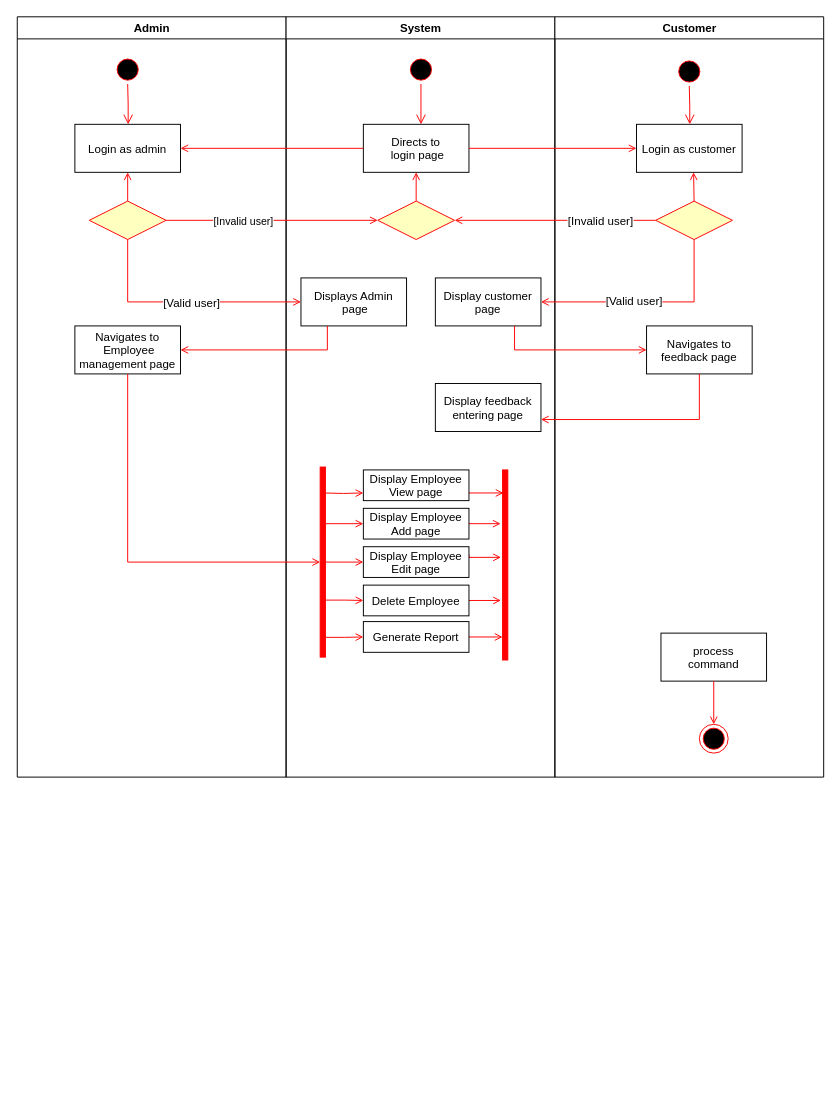
Earlier version of the draw.io diagram Activity.drawio (ChamudiRW/first). Source tidied: cells renumbered, new cells numbered last; positions are measured from the earlier drawing's top-left corner, leaving out a move shared by most shapes. Both pictures are drawn from the tidied source at 96%, with x=0, y=0 at pixel (16, 16).
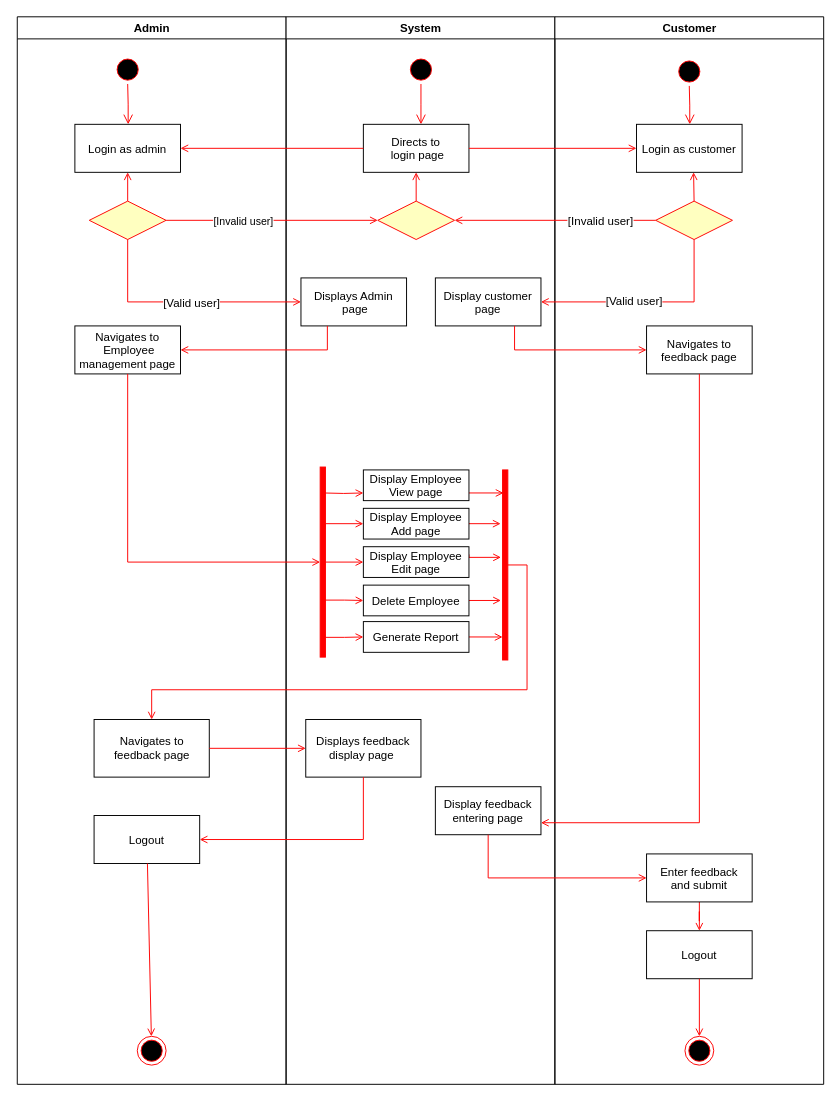
The same diagram, later.

Unchanged cells that the change refers to:
```xml
<mxCell id="30" style="whiteSpace=wrap;strokeColor=#FF0000;fillColor=#FF0000;" parent="9" vertex="1">
  <mxGeometry x="225.5" y="472" width="5.5" height="198" as="geometry" />
</mxCell>
<mxCell id="44" value="Navigates to &#10;feedback page" parent="35" vertex="1">
  <mxGeometry x="95.5" y="322" width="110" height="50" as="geometry" />
</mxCell>
```

Change to the diagram source:
```diff
@@
     <mxCell id="2" value="Admin" style="swimlane;whiteSpace=wrap;" parent="1" vertex="1">
-      <mxGeometry x="0.5" width="280" height="792" as="geometry" />
+      <mxGeometry x="0.5" width="280" height="1112" as="geometry" />
     </mxCell>
@@
+    <mxCell id="59" value="Logout" parent="2" vertex="1">
+      <mxGeometry x="80" y="832" width="110" height="50" as="geometry" />
+    </mxCell>
+    <mxCell id="60" style="ellipse;shape=endState;fillColor=#000000;strokeColor=#ff0000;" parent="2" vertex="1">
+      <mxGeometry x="125" y="1062" width="30" height="30" as="geometry" />
+    </mxCell>
+    <mxCell id="61" style="endArrow=open;strokeColor=#FF0000;endFill=1;rounded=0;" parent="2" edge="1" source="59" target="60">
+      <mxGeometry relative="1" as="geometry" />
+    </mxCell>
+    <mxCell id="62" value="Navigates to feedback page" style="rounded=0;whiteSpace=wrap;html=1;fontSize=12;" parent="2" vertex="1">
+      <mxGeometry x="80" y="732" width="120" height="60" as="geometry" />
+    </mxCell>
     <mxCell id="9" value="System" style="swimlane;whiteSpace=wrap;" parent="1" vertex="1">
-      <mxGeometry x="280.5" width="280" height="792" as="geometry" />
+      <mxGeometry x="280.5" width="280" height="1112" as="geometry" />
     </mxCell>
@@
     <mxCell id="18" value="Display feedback&#10;entering page" parent="9" vertex="1">
-      <mxGeometry x="155.5" y="382" width="110" height="50" as="geometry" />
+      <mxGeometry x="155.5" y="802" width="110" height="50" as="geometry" />
     </mxCell>
@@
+    <mxCell id="63" value="Displays feedback&lt;br&gt;display page&amp;nbsp;" style="rounded=0;whiteSpace=wrap;html=1;fontSize=12;" parent="9" vertex="1">
+      <mxGeometry x="20.5" y="732" width="120" height="60" as="geometry" />
+    </mxCell>
     <mxCell id="35" value="Customer" style="swimlane;whiteSpace=wrap;" parent="1" vertex="1">
-      <mxGeometry x="560.5" width="280" height="792" as="geometry" />
+      <mxGeometry x="560.5" width="280" height="1112" as="geometry" />
     </mxCell>
-    <mxCell id="36" value="process&#10;command" parent="35" vertex="1">
-      <mxGeometry x="110.5" y="642" width="110" height="50" as="geometry" />
-    </mxCell>
-    <mxCell id="37" style="ellipse;shape=endState;fillColor=#000000;strokeColor=#ff0000;" parent="35" vertex="1">
-      <mxGeometry x="150.5" y="737" width="30" height="30" as="geometry" />
-    </mxCell>
-    <mxCell id="38" style="endArrow=open;strokeColor=#FF0000;endFill=1;rounded=0;" parent="35" edge="1" source="36" target="37">
-      <mxGeometry relative="1" as="geometry" />
-    </mxCell>
@@
+    <mxCell id="64" style="edgeStyle=orthogonalEdgeStyle;rounded=0;jettySize=auto;html=1;entryX=0.5;entryY=0;entryDx=0;entryDy=0;fontSize=11;strokeColor=#FF0000;endFill=1;endArrow=open;" parent="35" edge="1" source="65" target="66">
+      <mxGeometry relative="1" as="geometry" />
+    </mxCell>
+    <mxCell id="65" value="Enter feedback &#10;and submit" parent="35" vertex="1">
+      <mxGeometry x="95.5" y="872" width="110" height="50" as="geometry" />
+    </mxCell>
+    <mxCell id="66" value="Logout" parent="35" vertex="1">
+      <mxGeometry x="95.5" y="952" width="110" height="50" as="geometry" />
+    </mxCell>
+    <mxCell id="67" style="ellipse;shape=endState;fillColor=#000000;strokeColor=#ff0000;" parent="35" vertex="1">
+      <mxGeometry x="135.5" y="1062" width="30" height="30" as="geometry" />
+    </mxCell>
+    <mxCell id="68" style="endArrow=open;strokeColor=#FF0000;endFill=1;rounded=0;" parent="35" edge="1" source="66" target="67">
+      <mxGeometry relative="1" as="geometry" />
+    </mxCell>
@@
     <mxCell id="57" style="edgeStyle=orthogonalEdgeStyle;rounded=0;jettySize=auto;html=1;exitX=0.5;exitY=1;exitDx=0;exitDy=0;entryX=1;entryY=0.75;entryDx=0;entryDy=0;fontSize=11;strokeColor=#FF0000;endFill=1;endArrow=open;" parent="1" edge="1" source="44" target="18">
-      <mxGeometry relative="1" as="geometry" />
+      <mxGeometry relative="1" as="geometry">
+        <Array as="points">
+          <mxPoint x="711" y="840" />
+        </Array>
+      </mxGeometry>
     </mxCell>
@@
+    <mxCell id="69" style="edgeStyle=orthogonalEdgeStyle;rounded=0;jettySize=auto;html=1;exitX=1;exitY=0.5;exitDx=0;exitDy=0;fontSize=11;strokeColor=#FF0000;endFill=1;endArrow=open;" parent="1" edge="1" source="30" target="62">
+      <mxGeometry relative="1" as="geometry" />
+    </mxCell>
+    <mxCell id="70" style="edgeStyle=orthogonalEdgeStyle;rounded=0;jettySize=auto;html=1;exitX=1;exitY=0.5;exitDx=0;exitDy=0;entryX=0;entryY=0.5;entryDx=0;entryDy=0;fontSize=11;strokeColor=#FF0000;endFill=1;endArrow=open;" parent="1" edge="1" source="62" target="63">
+      <mxGeometry relative="1" as="geometry" />
+    </mxCell>
+    <mxCell id="71" style="edgeStyle=orthogonalEdgeStyle;rounded=0;jettySize=auto;html=1;exitX=0.5;exitY=1;exitDx=0;exitDy=0;entryX=1;entryY=0.5;entryDx=0;entryDy=0;fontSize=11;strokeColor=#FF0000;endFill=1;endArrow=open;" parent="1" edge="1" source="63" target="59">
+      <mxGeometry relative="1" as="geometry">
+        <Array as="points">
+          <mxPoint x="361" y="857" />
+        </Array>
+      </mxGeometry>
+    </mxCell>
+    <mxCell id="72" style="edgeStyle=orthogonalEdgeStyle;rounded=0;jettySize=auto;html=1;exitX=0.5;exitY=1;exitDx=0;exitDy=0;entryX=0;entryY=0.5;entryDx=0;entryDy=0;fontSize=11;strokeColor=#FF0000;endFill=1;endArrow=open;" parent="1" edge="1" source="18" target="65">
+      <mxGeometry relative="1" as="geometry" />
+    </mxCell>
```
